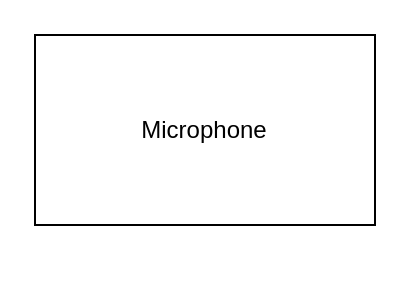
The draw.io diagram Untitled Diagram.drawio in nk-le/karaoke, before the edit. Source tidied: cells renumbered, new cells numbered last; positions are measured from the earlier drawing's top-left corner, leaving out a move shared by most shapes. Both pictures are drawn from the tidied source at 200%, with x=0, y=0 at pixel (34, 34).
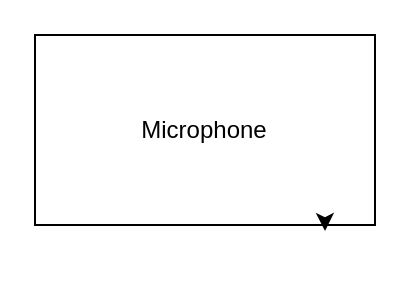
The same page after the edit.

The edit, as a diff of the source:
```diff
@@
 <mxGraphModel>
   <root>
     <mxCell id="0" />
     <mxCell id="1" parent="0" />
     <mxCell id="2" value="Microphone" style="rounded=0;whiteSpace=wrap;html=1;" parent="1" vertex="1">
       <mxGeometry width="170" height="95" as="geometry" />
     </mxCell>
+    <mxCell id="3" style="edgeStyle=orthogonalEdgeStyle;rounded=0;orthogonalLoop=1;jettySize=auto;html=1;exitX=0.75;exitY=1;exitDx=0;exitDy=0;entryX=0.853;entryY=1.032;entryDx=0;entryDy=0;entryPerimeter=0;" parent="1" edge="1" source="2" target="2">
+      <mxGeometry relative="1" as="geometry" />
+    </mxCell>
   </root>
 </mxGraphModel>
```
